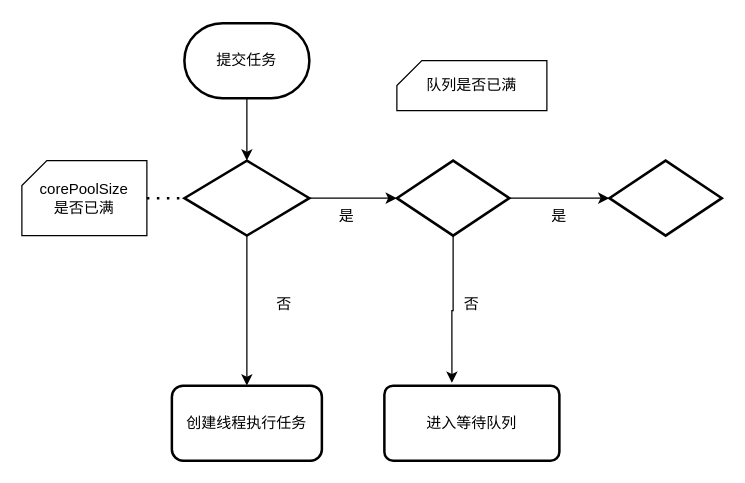
zwoou/pic keeps this draw.io diagram as 未命名绘图.drawio. Above is the earlier version. Source tidied: cells renumbered, new cells numbered last; positions are measured from the earlier drawing's top-left corner, leaving out a move shared by most shapes. Both pictures are drawn from the tidied source at 125%, with x=0, y=0 at pixel (21, 22).
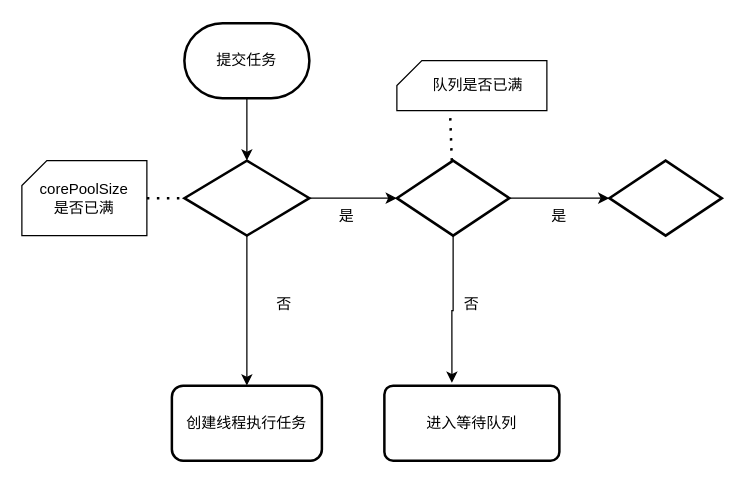
Above is the later version.

Commit message:
更新未命名绘图.drawio

Unchanged cells that the change refers to:
```xml
<mxCell id="16" style="strokeWidth=2;html=1;shape=mxgraph.flowchart.decision;whiteSpace=wrap;" parent="1" vertex="1">
  <mxGeometry x="300" y="110" width="90" height="60" as="geometry" />
</mxCell>
```

What changed in the source:
```diff
@@
     <mxCell id="13" value="队列是否已满" style="text;strokeColor=none;align=center;fillColor=none;html=1;verticalAlign=middle;whiteSpace=wrap;rounded=0;" parent="1" vertex="1">
-      <mxGeometry x="320" y="10" width="80" height="80" as="geometry" />
+      <mxGeometry x="320" y="30" width="90" height="40" as="geometry" />
     </mxCell>
@@
+    <mxCell id="22" style="endArrow=none;dashed=1;html=1;dashPattern=1 3;strokeWidth=2;rounded=0;entryX=0.25;entryY=1;entryDx=0;entryDy=0;" parent="1" edge="1" source="16" target="13">
+      <mxGeometry relative="1" as="geometry" />
+    </mxCell>
```
